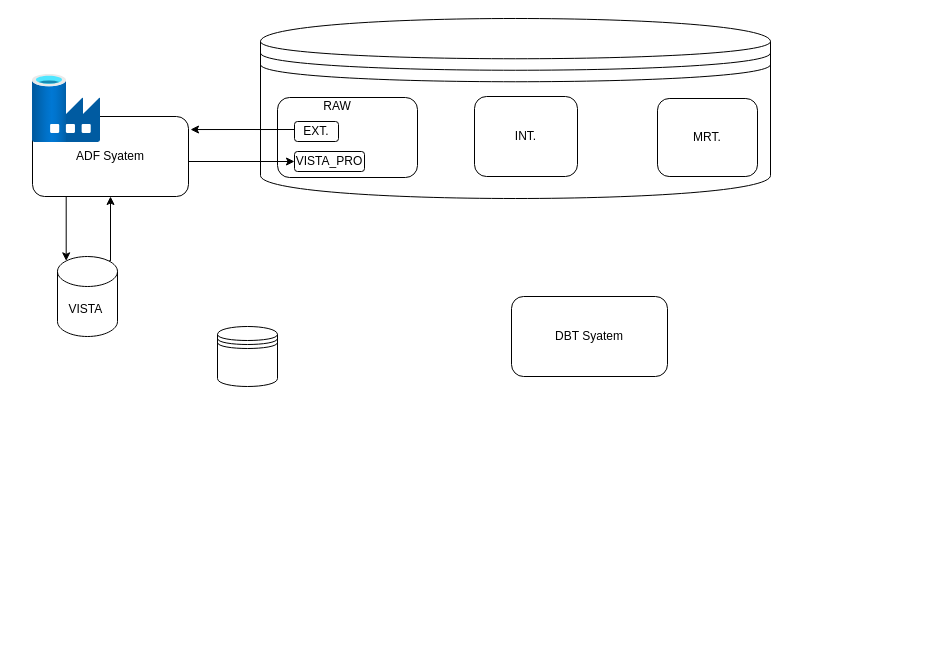
This is Vista_ID_Gen.drawio from vadramson/Drawings, a draw.io file, before an edit. Source tidied: cells renumbered, new cells numbered last; positions are measured from the earlier drawing's top-left corner, leaving out a move shared by most shapes. Both pictures are drawn from the tidied source at 100%, with x=0, y=0 at pixel (32, 18).
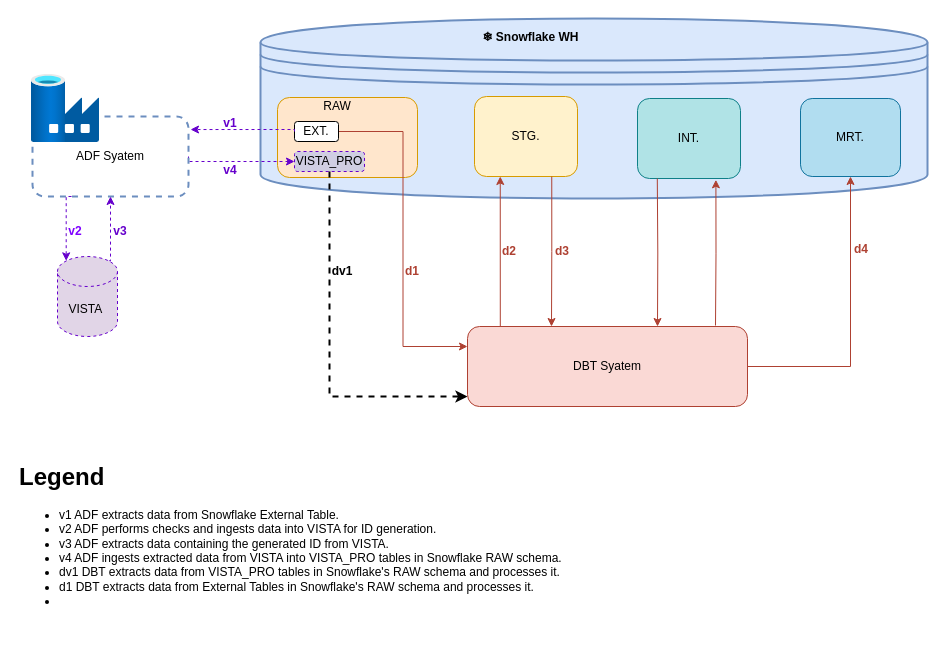
After the change.

Unchanged cells that the change refers to:
```xml
<mxCell id="7" value="EXT." style="rounded=1;whiteSpace=wrap;html=1;" parent="1" vertex="1">
  <mxGeometry x="262" y="103" width="44" height="20" as="geometry" />
</mxCell>
```

Change to the diagram source:
```diff
@@
-    <mxCell id="2" style="shape=datastore;whiteSpace=wrap;html=1;fillColor=none;" parent="1" vertex="1">
-      <mxGeometry x="228" width="510" height="180" as="geometry" />
+    <mxCell id="2" style="shape=datastore;whiteSpace=wrap;html=1;fillColor=#dae8fc;strokeColor=#6c8ebf;strokeWidth=2;" parent="1" vertex="1">
+      <mxGeometry x="228" width="667" height="180" as="geometry" />
     </mxCell>
+    <mxCell id="18" style="edgeStyle=orthogonalEdgeStyle;rounded=0;jettySize=auto;html=1;exitX=0.25;exitY=0;exitDx=0;exitDy=0;entryX=0.25;entryY=1;entryDx=0;entryDy=0;fillColor=#fad9d5;strokeColor=#ae4132;" parent="1" edge="1" source="3" target="5">
+      <mxGeometry relative="1" as="geometry">
+        <Array as="points">
+          <mxPoint x="468" y="308" />
+        </Array>
+      </mxGeometry>
+    </mxCell>
+    <mxCell id="19" style="edgeStyle=orthogonalEdgeStyle;rounded=0;jettySize=auto;html=1;exitX=1;exitY=0.5;exitDx=0;exitDy=0;entryX=0.5;entryY=1;entryDx=0;entryDy=0;fillColor=#fad9d5;strokeColor=#AE4132;" parent="1" edge="1" source="3" target="6">
+      <mxGeometry relative="1" as="geometry" />
+    </mxCell>
-    <mxCell id="3" value="DBT Syatem" style="rounded=1;whiteSpace=wrap;html=1;" parent="1" vertex="1">
-      <mxGeometry x="479" y="278" width="156" height="80" as="geometry" />
+    <mxCell id="3" value="DBT Syatem" style="rounded=1;whiteSpace=wrap;html=1;fillColor=#fad9d5;strokeColor=#ae4132;" parent="1" vertex="1">
+      <mxGeometry x="435" y="308" width="280" height="80" as="geometry" />
     </mxCell>
-    <mxCell id="4" style="rounded=1;whiteSpace=wrap;html=1;" parent="1" vertex="1">
+    <mxCell id="4" style="rounded=1;whiteSpace=wrap;html=1;fillColor=#ffe6cc;strokeColor=#d79b00;" parent="1" vertex="1">
       <mxGeometry x="245" y="79" width="140" height="80" as="geometry" />
     </mxCell>
-    <mxCell id="5" value="INT." style="rounded=1;whiteSpace=wrap;html=1;" parent="1" vertex="1">
+    <mxCell id="5" value="STG." style="rounded=1;whiteSpace=wrap;html=1;fillColor=#FFF2CC;strokeColor=#d79b00;" parent="1" vertex="1">
       <mxGeometry x="442" y="78" width="103" height="80" as="geometry" />
     </mxCell>
-    <mxCell id="6" value="MRT." style="rounded=1;whiteSpace=wrap;html=1;" parent="1" vertex="1">
-      <mxGeometry x="625" y="80" width="100" height="78" as="geometry" />
+    <mxCell id="6" value="MRT." style="rounded=1;whiteSpace=wrap;html=1;fillColor=#b1ddf0;strokeColor=#10739e;" parent="1" vertex="1">
+      <mxGeometry x="768" y="80" width="100" height="78" as="geometry" />
     </mxCell>
+    <mxCell id="20" style="edgeStyle=orthogonalEdgeStyle;rounded=0;jettySize=auto;html=1;exitX=1;exitY=0.5;exitDx=0;exitDy=0;entryX=0;entryY=0.25;entryDx=0;entryDy=0;fillColor=#fad9d5;strokeColor=#ae4132;strokeWidth=1;" parent="1" edge="1" source="7" target="3">
+      <mxGeometry relative="1" as="geometry" />
+    </mxCell>
@@
-    <mxCell id="8" value="VISTA_PRO" style="rounded=1;whiteSpace=wrap;html=1;" parent="1" vertex="1">
+    <mxCell id="8" value="VISTA_PRO" style="rounded=1;whiteSpace=wrap;html=1;fillColor=#d0cee2;strokeColor=#6600CC;dashed=1;" parent="1" vertex="1">
       <mxGeometry x="262" y="133" width="70" height="20" as="geometry" />
     </mxCell>
@@
-    <mxCell id="10" style="edgeStyle=orthogonalEdgeStyle;rounded=0;jettySize=auto;html=1;exitX=1;exitY=0.5;exitDx=0;exitDy=0;entryX=0;entryY=0.5;entryDx=0;entryDy=0;" parent="1" edge="1" source="11" target="8">
+    <mxCell id="10" style="edgeStyle=orthogonalEdgeStyle;rounded=0;jettySize=auto;html=1;exitX=1;exitY=0.5;exitDx=0;exitDy=0;entryX=0;entryY=0.5;entryDx=0;entryDy=0;strokeColor=#6600CC;dashed=1;" parent="1" edge="1" source="11" target="8">
       <mxGeometry relative="1" as="geometry">
         <Array as="points">
           <mxPoint x="156" y="143" />
         </Array>
       </mxGeometry>
     </mxCell>
-    <mxCell id="11" value="ADF Syatem" style="rounded=1;whiteSpace=wrap;html=1;" parent="1" vertex="1">
+    <mxCell id="11" value="ADF Syatem" style="rounded=1;whiteSpace=wrap;html=1;fillColor=none;strokeColor=#6c8ebf;strokeWidth=2;dashed=1;" parent="1" vertex="1">
       <mxGeometry y="98" width="156" height="80" as="geometry" />
     </mxCell>
-    <mxCell id="12" style="edgeStyle=orthogonalEdgeStyle;rounded=0;jettySize=auto;html=1;exitX=0.855;exitY=0;exitDx=0;exitDy=4.35;exitPerimeter=0;entryX=0.5;entryY=1;entryDx=0;entryDy=0;" parent="1" edge="1" source="13" target="11">
+    <mxCell id="12" style="edgeStyle=orthogonalEdgeStyle;rounded=0;jettySize=auto;html=1;exitX=0.855;exitY=0;exitDx=0;exitDy=4.35;exitPerimeter=0;entryX=0.5;entryY=1;entryDx=0;entryDy=0;strokeColor=#6600CC;dashed=1;" parent="1" edge="1" source="13" target="11">
       <mxGeometry relative="1" as="geometry">
         <Array as="points">
           <mxPoint x="78" y="242" />
         </Array>
       </mxGeometry>
     </mxCell>
-    <mxCell id="13" value="VISTA&amp;nbsp;" style="shape=cylinder3;whiteSpace=wrap;html=1;boundedLbl=1;backgroundOutline=1;size=15;" parent="1" vertex="1">
+    <mxCell id="13" value="VISTA&amp;nbsp;" style="shape=cylinder3;whiteSpace=wrap;html=1;boundedLbl=1;backgroundOutline=1;size=15;fillColor=#e1d5e7;strokeColor=#6600CC;dashed=1;" parent="1" vertex="1">
       <mxGeometry x="25" y="238" width="60" height="80" as="geometry" />
     </mxCell>
-    <mxCell id="14" style="shape=datastore;whiteSpace=wrap;html=1;" parent="1" vertex="1">
-      <mxGeometry x="185" y="308" width="60" height="60" as="geometry" />
-    </mxCell>
     <mxCell id="15" style="image;html=1;align=center;fontSize=12;image=img/lib/azure2/databases/Data_Factory.svg;" parent="1" vertex="1">
-      <mxGeometry y="56" width="68" height="68" as="geometry" />
+      <mxGeometry x="-1" y="56" width="68" height="68" as="geometry" />
     </mxCell>
-    <mxCell id="16" style="edgeStyle=orthogonalEdgeStyle;rounded=0;jettySize=auto;html=1;exitX=0;exitY=0.5;exitDx=0;exitDy=0;entryX=1.013;entryY=0.163;entryDx=0;entryDy=0;entryPerimeter=0;" parent="1" edge="1" source="7" target="11">
+    <mxCell id="16" style="edgeStyle=orthogonalEdgeStyle;rounded=0;jettySize=auto;html=1;exitX=0;exitY=0.5;exitDx=0;exitDy=0;entryX=1.013;entryY=0.163;entryDx=0;entryDy=0;entryPerimeter=0;strokeColor=#6600CC;dashed=1;" parent="1" edge="1" source="7" target="11">
       <mxGeometry relative="1" as="geometry">
         <Array as="points">
           <mxPoint x="262" y="111" />
         </Array>
       </mxGeometry>
     </mxCell>
-    <mxCell id="17" style="edgeStyle=orthogonalEdgeStyle;rounded=0;jettySize=auto;html=1;exitX=0.25;exitY=1;exitDx=0;exitDy=0;entryX=0.145;entryY=0;entryDx=0;entryDy=4.35;entryPerimeter=0;" parent="1" edge="1" source="11" target="13">
+    <mxCell id="17" style="edgeStyle=orthogonalEdgeStyle;rounded=0;jettySize=auto;html=1;exitX=0.25;exitY=1;exitDx=0;exitDy=0;entryX=0.145;entryY=0;entryDx=0;entryDy=4.35;entryPerimeter=0;fillColor=#d0cee2;strokeColor=#6600CC;strokeWidth=1;dashed=1;" parent="1" edge="1" source="11" target="13">
       <mxGeometry relative="1" as="geometry">
         <Array as="points">
           <mxPoint x="34" y="178" />
         </Array>
       </mxGeometry>
     </mxCell>
+    <mxCell id="21" style="edgeStyle=orthogonalEdgeStyle;rounded=0;jettySize=auto;html=1;exitX=0.5;exitY=1;exitDx=0;exitDy=0;entryX=0;entryY=0.875;entryDx=0;entryDy=0;entryPerimeter=0;dashed=1;strokeWidth=2;" parent="1" edge="1" source="8" target="3">
+      <mxGeometry relative="1" as="geometry" />
+    </mxCell>
+    <mxCell id="22" style="edgeStyle=orthogonalEdgeStyle;rounded=0;jettySize=auto;html=1;exitX=0.75;exitY=1;exitDx=0;exitDy=0;fillColor=#fad9d5;strokeColor=#ae4132;" parent="1" edge="1" source="5">
+      <mxGeometry relative="1" as="geometry">
+        <mxPoint x="519" y="308" as="targetPoint" />
+      </mxGeometry>
+    </mxCell>
+    <mxCell id="23" value="&lt;b&gt;&lt;font style=&quot;color: rgb(102, 0, 204);&quot;&gt;v1&lt;/font&gt;&lt;/b&gt;" style="text;html=1;align=center;verticalAlign=middle;whiteSpace=wrap;rounded=0;" parent="1" vertex="1">
+      <mxGeometry x="168" y="90" width="60" height="30" as="geometry" />
+    </mxCell>
+    <mxCell id="24" value="&lt;b&gt;&lt;font style=&quot;color: rgb(127, 0, 255);&quot;&gt;v2&lt;/font&gt;&lt;/b&gt;" style="text;html=1;align=center;verticalAlign=middle;whiteSpace=wrap;rounded=0;" parent="1" vertex="1">
+      <mxGeometry x="13" y="198" width="60" height="30" as="geometry" />
+    </mxCell>
+    <mxCell id="25" value="&lt;b&gt;&lt;font style=&quot;color: rgb(102, 0, 204);&quot;&gt;v3&lt;/font&gt;&lt;/b&gt;" style="text;html=1;align=center;verticalAlign=middle;whiteSpace=wrap;rounded=0;" parent="1" vertex="1">
+      <mxGeometry x="58" y="198" width="60" height="30" as="geometry" />
+    </mxCell>
+    <mxCell id="26" value="&lt;b&gt;&lt;font style=&quot;color: rgb(102, 0, 204);&quot;&gt;v4&lt;/font&gt;&lt;/b&gt;" style="text;html=1;align=center;verticalAlign=middle;whiteSpace=wrap;rounded=0;" parent="1" vertex="1">
+      <mxGeometry x="168" y="137" width="60" height="30" as="geometry" />
+    </mxCell>
+    <mxCell id="27" value="&lt;b&gt;dv1&lt;/b&gt;" style="text;html=1;align=center;verticalAlign=middle;whiteSpace=wrap;rounded=0;" parent="1" vertex="1">
+      <mxGeometry x="280" y="238" width="60" height="30" as="geometry" />
+    </mxCell>
+    <mxCell id="28" value="&lt;b&gt;&lt;font style=&quot;color: rgb(174, 65, 50);&quot;&gt;d1&lt;/font&gt;&lt;/b&gt;" style="text;html=1;align=center;verticalAlign=middle;whiteSpace=wrap;rounded=0;" parent="1" vertex="1">
+      <mxGeometry x="350" y="238" width="60" height="30" as="geometry" />
+    </mxCell>
+    <mxCell id="29" value="&lt;b&gt;&lt;font style=&quot;color: rgb(174, 65, 50);&quot;&gt;d2&lt;/font&gt;&lt;/b&gt;" style="text;html=1;align=center;verticalAlign=middle;whiteSpace=wrap;rounded=0;" parent="1" vertex="1">
+      <mxGeometry x="447" y="218" width="60" height="30" as="geometry" />
+    </mxCell>
+    <mxCell id="30" value="&lt;b&gt;&lt;font style=&quot;color: rgb(174, 65, 50);&quot;&gt;d3&lt;/font&gt;&lt;/b&gt;" style="text;html=1;align=center;verticalAlign=middle;whiteSpace=wrap;rounded=0;" parent="1" vertex="1">
+      <mxGeometry x="500" y="218" width="60" height="30" as="geometry" />
+    </mxCell>
+    <mxCell id="31" value="&lt;b&gt;&lt;font style=&quot;color: rgb(174, 65, 50);&quot;&gt;d4&lt;/font&gt;&lt;/b&gt;" style="text;html=1;align=center;verticalAlign=middle;whiteSpace=wrap;rounded=0;" parent="1" vertex="1">
+      <mxGeometry x="799" y="216" width="60" height="30" as="geometry" />
+    </mxCell>
+    <mxCell id="32" value="&lt;h1 style=&quot;margin-top: 0px;&quot;&gt;Legend&amp;nbsp;&lt;/h1&gt;&lt;p&gt;&lt;/p&gt;&lt;ul&gt;&lt;li&gt;v1 ADF extracts data from Snowflake External Table.&lt;/li&gt;&lt;li&gt;v2 ADF performs checks and ingests data into VISTA for ID generation.&lt;/li&gt;&lt;li&gt;v3 ADF extracts data containing the generated ID from VISTA.&lt;/li&gt;&lt;li&gt;v4 ADF ingests extracted data from VISTA into VISTA_PRO tables in Snowflake RAW schema.&lt;/li&gt;&lt;li&gt;dv1 DBT extracts data from VISTA_PRO tables in Snowflake's RAW schema and processes it.&lt;/li&gt;&lt;li&gt;d1 DBT extracts data from External Tables in Snowflake's RAW schema and processes it.&lt;/li&gt;&lt;li&gt;&lt;br&gt;&lt;/li&gt;&lt;/ul&gt;&lt;p&gt;&lt;/p&gt;" style="text;html=1;whiteSpace=wrap;overflow=hidden;rounded=0;" parent="1" vertex="1">
+      <mxGeometry x="-15" y="438" width="570" height="170" as="geometry" />
+    </mxCell>
+    <mxCell id="33" value="&lt;span style=&quot;text-align: left;&quot;&gt;&lt;b&gt;❄ Snowflake WH&lt;/b&gt;&lt;/span&gt;" style="text;html=1;align=center;verticalAlign=middle;whiteSpace=wrap;rounded=0;" parent="1" vertex="1">
+      <mxGeometry x="442" y="4" width="113" height="30" as="geometry" />
+    </mxCell>
+    <mxCell id="34" value="INT." style="rounded=1;whiteSpace=wrap;html=1;fillColor=#b0e3e6;strokeColor=#0e8088;" parent="1" vertex="1">
+      <mxGeometry x="605" y="80" width="103" height="80" as="geometry" />
+    </mxCell>
+    <mxCell id="35" style="edgeStyle=orthogonalEdgeStyle;rounded=0;orthogonalLoop=1;jettySize=auto;html=1;exitX=0.75;exitY=0;exitDx=0;exitDy=0;entryX=0.392;entryY=1.029;entryDx=0;entryDy=0;entryPerimeter=0;strokeColor=#AE4132;" parent="1" edge="1">
+      <mxGeometry relative="1" as="geometry">
+        <mxPoint x="683" y="307" as="sourcePoint" />
+        <mxPoint x="683.4" y="161.3" as="targetPoint" />
+      </mxGeometry>
+    </mxCell>
+    <mxCell id="36" style="edgeStyle=orthogonalEdgeStyle;rounded=0;orthogonalLoop=1;jettySize=auto;html=1;exitX=0.25;exitY=1;exitDx=0;exitDy=0;strokeColor=#AE4132;" parent="1" edge="1">
+      <mxGeometry relative="1" as="geometry">
+        <mxPoint x="624.8" y="160" as="sourcePoint" />
+        <mxPoint x="625" y="308" as="targetPoint" />
+      </mxGeometry>
+    </mxCell>
```
